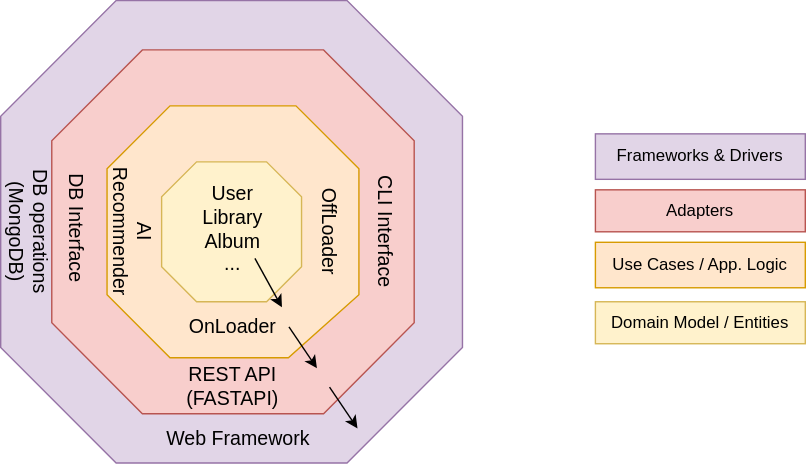
Earlier version of the draw.io export docs/arch.drawio.svg (mu-ski/muski-vml). Source tidied: cells renumbered, new cells last; positions are measured from the earlier drawing's top-left corner, leaving out a move shared by most shapes.
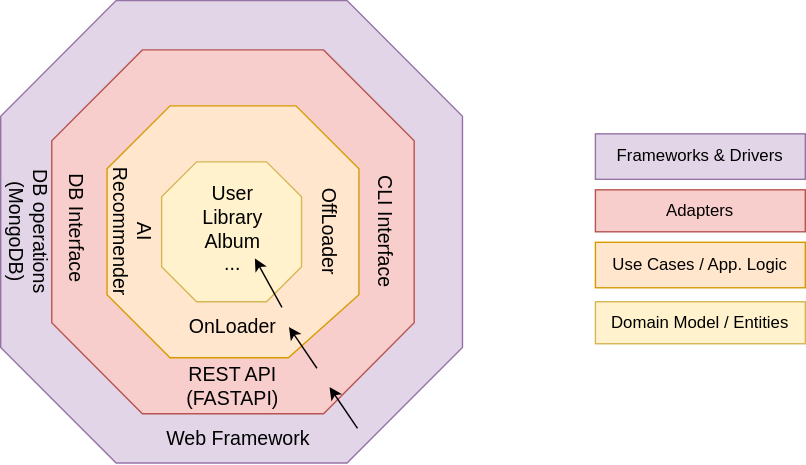
The same file after the commit.

Commit message:
updated architecture diagram

The edit, as a diff of the source:
```diff
@@ -53,19 +53,19 @@
     <mxCell id="18" value="Frameworks &amp;amp; Drivers" style="rounded=0;whiteSpace=wrap;html=1;fontSize=12;fillColor=#e1d5e7;strokeColor=#9673a6;" parent="1" vertex="1">
       <mxGeometry x="458" y="95" width="150" height="32.5" as="geometry" />
     </mxCell>
-    <mxCell id="19" style="endArrow=classic;html=1;rounded=0;fontSize=12;" parent="1" edge="1">
+    <mxCell id="19" style="endArrow=none;html=1;rounded=0;fontSize=12;endFill=0;startArrow=classic;startFill=1;" parent="1" edge="1">
       <mxGeometry relative="1" as="geometry">
         <mxPoint x="214.7" y="184" as="sourcePoint" />
         <mxPoint x="234" y="219" as="targetPoint" />
       </mxGeometry>
     </mxCell>
-    <mxCell id="20" style="endArrow=classic;html=1;rounded=0;fontSize=12;entryX=1;entryY=0.5;entryDx=0;entryDy=0;" parent="1" edge="1">
+    <mxCell id="20" style="endArrow=none;html=1;rounded=0;fontSize=12;entryX=1;entryY=0.5;entryDx=0;entryDy=0;endFill=0;startArrow=classic;startFill=1;" parent="1" edge="1">
       <mxGeometry relative="1" as="geometry">
         <mxPoint x="239" y="233" as="sourcePoint" />
         <mxPoint x="259" y="262.5" as="targetPoint" />
       </mxGeometry>
     </mxCell>
-    <mxCell id="21" style="endArrow=classic;html=1;rounded=0;fontSize=12;entryX=1;entryY=0.5;entryDx=0;entryDy=0;" parent="1" edge="1">
+    <mxCell id="21" style="endArrow=none;html=1;rounded=0;fontSize=12;entryX=1;entryY=0.5;entryDx=0;entryDy=0;startArrow=classic;startFill=1;endFill=0;" parent="1" edge="1">
       <mxGeometry relative="1" as="geometry">
         <mxPoint x="268" y="276" as="sourcePoint" />
         <mxPoint x="288" y="305.5" as="targetPoint" />
```
